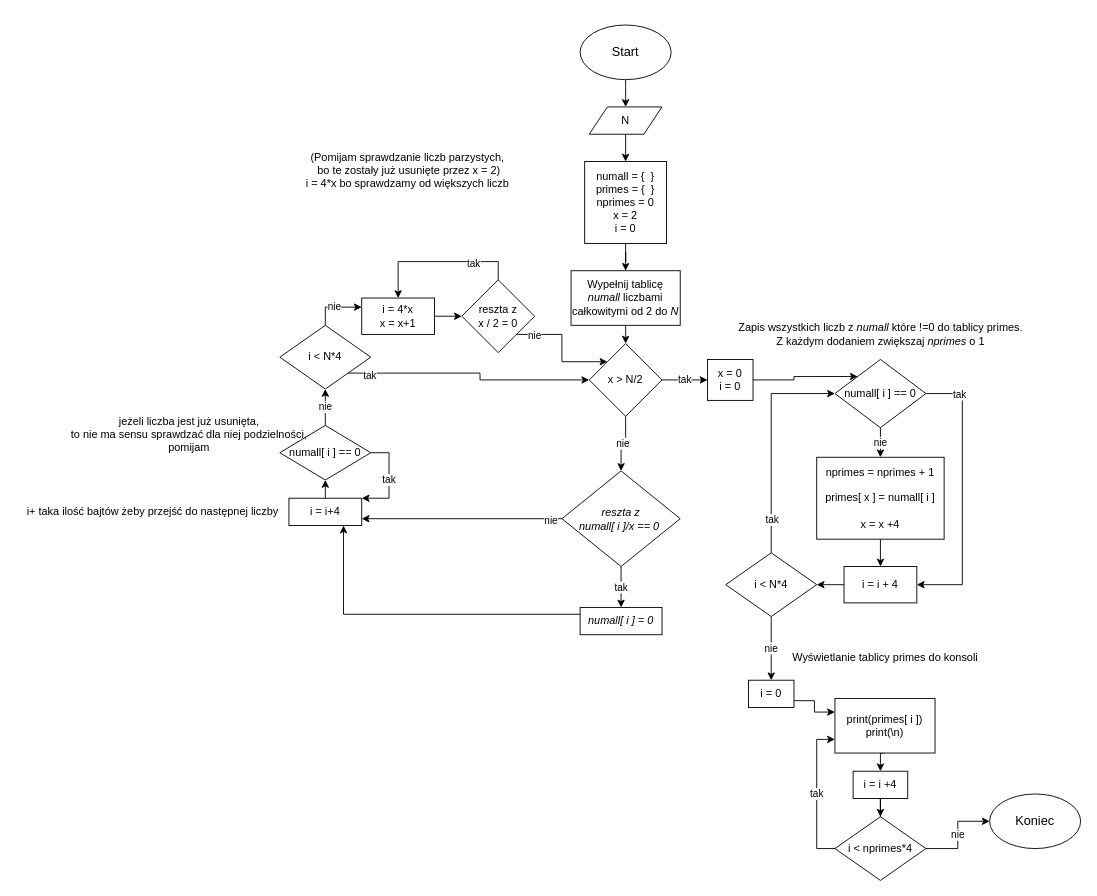
Before: diagram.drawio in JanMaciuk/Assembly_MIPS_Task2, a draw.io diagram. Source tidied: cells renumbered, new cells numbered last; positions are measured from the earlier drawing's top-left corner, leaving out a move shared by most shapes. Both pictures are drawn from the tidied source at 91%, with x=0, y=0 at pixel (15, 25).
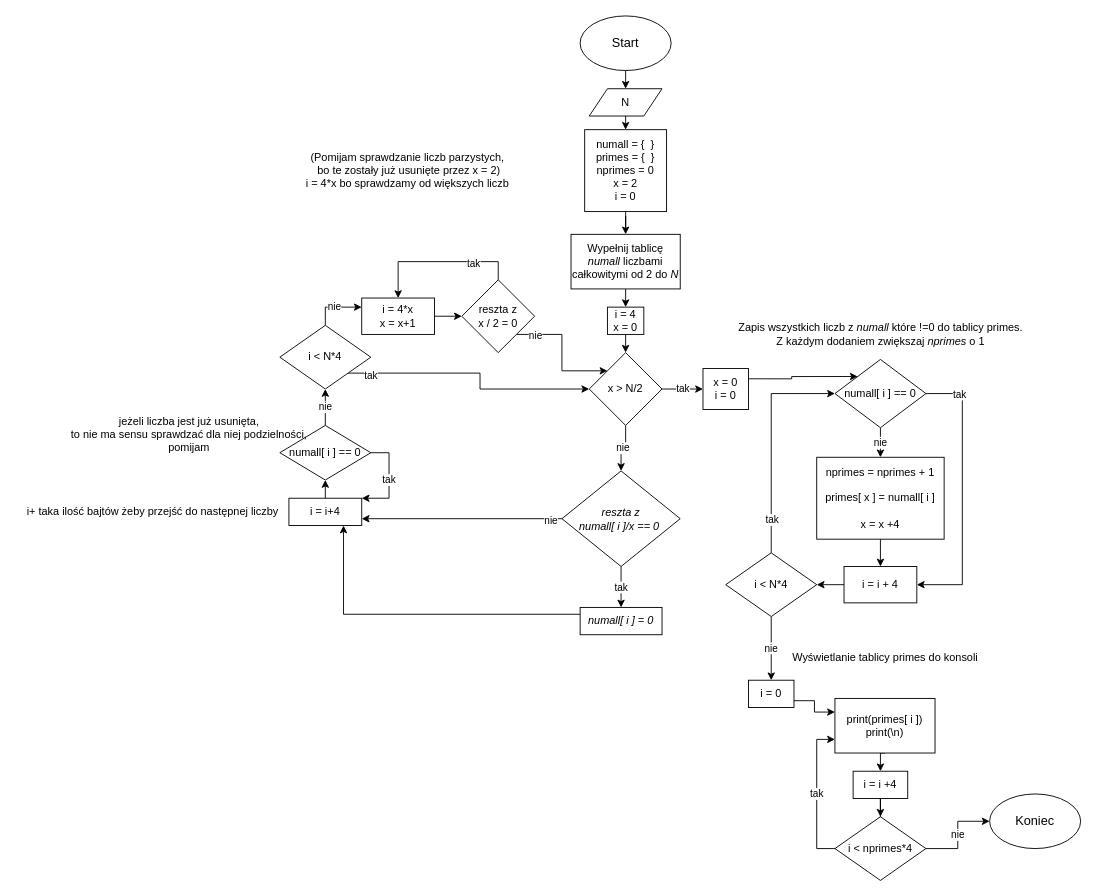
Above is the later version.

Unchanged cells that the change refers to:
```xml
<mxCell id="44" value="numall[ i ] == 0" style="rhombus;whiteSpace=wrap;html=1;" parent="1" vertex="1">
  <mxGeometry x="900" y="367.5" width="100" height="75" as="geometry" />
</mxCell>
```

Diff of the diagram source:
```diff
@@
     <mxCell id="3" value="Start" style="ellipse;whiteSpace=wrap;html=1;fontSize=14;" parent="1" vertex="1">
-      <mxGeometry x="620" width="100" height="60" as="geometry" />
+      <mxGeometry x="620" y="-10" width="100" height="60" as="geometry" />
     </mxCell>
@@
     <mxCell id="5" value="N" style="shape=parallelogram;perimeter=parallelogramPerimeter;whiteSpace=wrap;html=1;fixedSize=1;" parent="1" vertex="1">
-      <mxGeometry x="630" y="90" width="80" height="30" as="geometry" />
+      <mxGeometry x="630" y="70" width="80" height="30" as="geometry" />
     </mxCell>
@@
     <mxCell id="7" value="numall = {&amp;nbsp; }&lt;br&gt;primes = {&amp;nbsp; }&lt;br&gt;nprimes = 0&lt;br&gt;x = 2&lt;br&gt;i = 0" style="rounded=0;whiteSpace=wrap;html=1;" parent="1" vertex="1">
-      <mxGeometry x="625" y="150" width="90" height="90" as="geometry" />
+      <mxGeometry x="625" y="115" width="90" height="90" as="geometry" />
     </mxCell>
-    <mxCell id="8" style="edgeStyle=orthogonalEdgeStyle;rounded=0;jettySize=auto;html=1;exitX=0.5;exitY=1;exitDx=0;exitDy=0;entryX=0.5;entryY=0;entryDx=0;entryDy=0;" parent="1" edge="1" source="9" target="20">
-      <mxGeometry relative="1" as="geometry" />
-    </mxCell>
+    <mxCell id="64" style="edgeStyle=orthogonalEdgeStyle;rounded=0;jettySize=auto;html=1;exitX=0.5;exitY=1;exitDx=0;exitDy=0;entryX=0.5;entryY=0;entryDx=0;entryDy=0;" parent="1" edge="1" source="9" target="66">
+      <mxGeometry relative="1" as="geometry" />
+    </mxCell>
     <mxCell id="9" value="Wypełnij tablicę &lt;i&gt;numall&lt;/i&gt;&amp;nbsp;liczbami całkowitymi od 2 do &lt;i&gt;N&lt;/i&gt;" style="rounded=0;whiteSpace=wrap;html=1;" parent="1" vertex="1">
-      <mxGeometry x="610" y="270" width="120" height="60" as="geometry" />
+      <mxGeometry x="610" y="230" width="120" height="60" as="geometry" />
     </mxCell>
@@
     <mxCell id="20" value="x &amp;gt; N/2" style="rhombus;whiteSpace=wrap;html=1;" parent="1" vertex="1">
-      <mxGeometry x="630" y="350" width="80" height="80" as="geometry" />
+      <mxGeometry x="630" y="360" width="80" height="80" as="geometry" />
     </mxCell>
@@
-    <mxCell id="39" style="edgeStyle=orthogonalEdgeStyle;rounded=0;jettySize=auto;html=1;exitX=1;exitY=0.5;exitDx=0;exitDy=0;entryX=0;entryY=0;entryDx=0;entryDy=0;" parent="1" edge="1" source="40" target="44">
+    <mxCell id="39" style="edgeStyle=orthogonalEdgeStyle;rounded=0;jettySize=auto;html=1;exitX=1;exitY=0.25;exitDx=0;exitDy=0;entryX=0;entryY=0;entryDx=0;entryDy=0;" parent="1" edge="1" source="40" target="44">
       <mxGeometry relative="1" as="geometry" />
     </mxCell>
     <mxCell id="40" value="x = 0&lt;br&gt;i = 0" style="rounded=0;whiteSpace=wrap;html=1;" parent="1" vertex="1">
-      <mxGeometry x="760" y="367.5" width="50" height="45" as="geometry" />
+      <mxGeometry x="755" y="377.5" width="50" height="45" as="geometry" />
     </mxCell>
@@
+    <mxCell id="65" style="edgeStyle=orthogonalEdgeStyle;rounded=0;jettySize=auto;html=1;exitX=0.5;exitY=1;exitDx=0;exitDy=0;entryX=0.5;entryY=0;entryDx=0;entryDy=0;" parent="1" edge="1" source="66" target="20">
+      <mxGeometry relative="1" as="geometry" />
+    </mxCell>
+    <mxCell id="66" value="i = 4&lt;br&gt;x = 0" style="rounded=0;whiteSpace=wrap;html=1;" parent="1" vertex="1">
+      <mxGeometry x="650" y="310" width="40" height="30" as="geometry" />
+    </mxCell>
```
